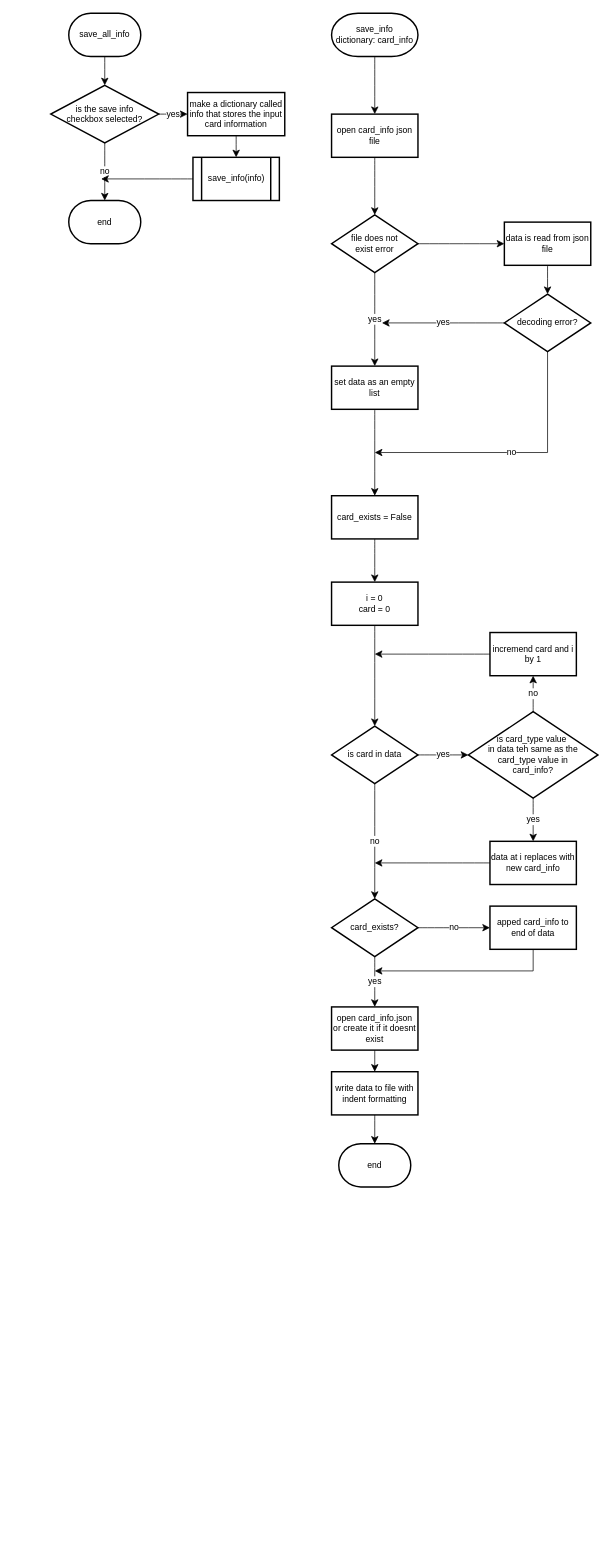
This is flowcharts/save_all_info.drawio from thisisnich/programmingProject1, a draw.io file, before an edit. Source tidied: cells renumbered, new cells numbered last; positions are measured from the earlier drawing's top-left corner, leaving out a move shared by most shapes. Both pictures are drawn from the tidied source at 72%, with x=0, y=0 at pixel (50, 13).
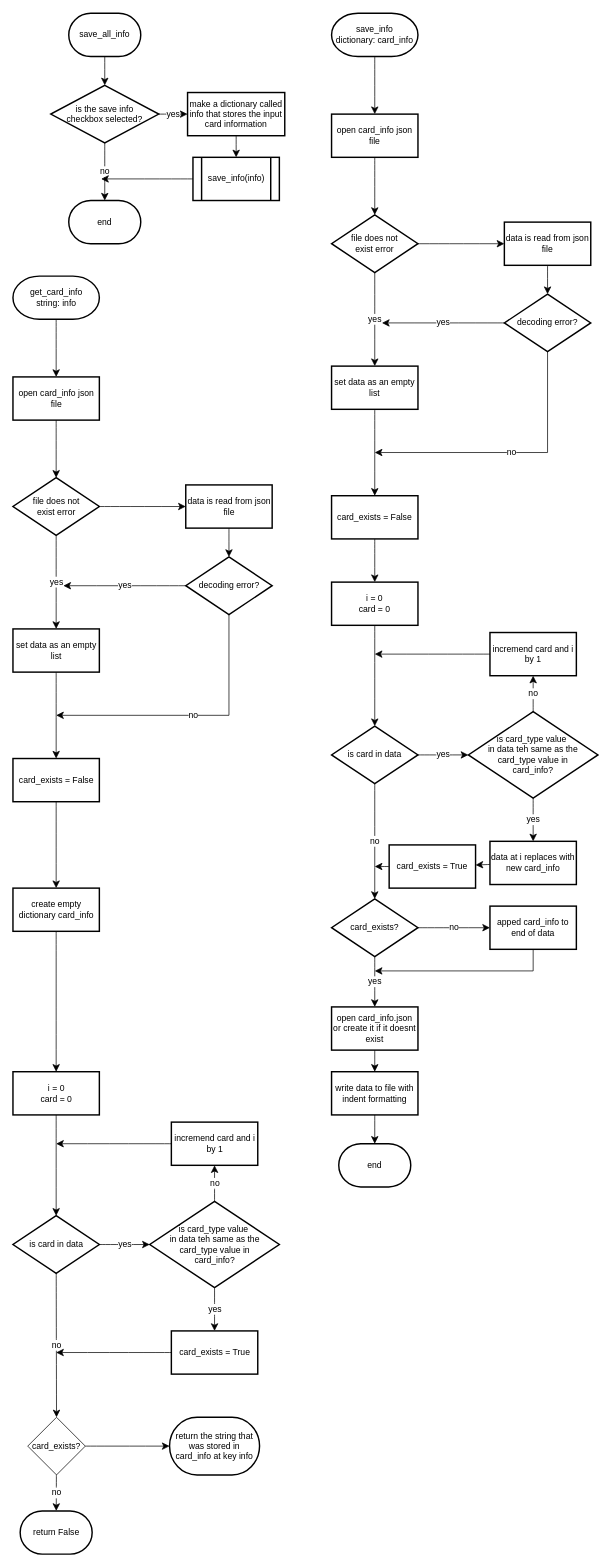
After the change.

Unchanged cells that the change refers to:
```xml
<mxCell id="37" value="data at i replaces with new card_info" style="whiteSpace=wrap;html=1;strokeWidth=2;" parent="1" vertex="1">
  <mxGeometry x="610" y="1150" width="120" height="60" as="geometry" />
</mxCell>
```

Diff of the diagram source:
```diff
@@
-    <mxCell id="36" style="edgeStyle=none;curved=1;rounded=0;jettySize=auto;html=1;fontSize=12;startSize=8;endSize=8;" parent="1" edge="1" source="37">
-      <mxGeometry relative="1" as="geometry">
-        <mxPoint x="450" y="1180" as="targetPoint" />
-      </mxGeometry>
-    </mxCell>
+    <mxCell id="50" style="edgeStyle=none;curved=1;rounded=0;jettySize=auto;html=1;fontSize=12;startSize=8;endSize=8;" parent="1" edge="1" source="37" target="83">
+      <mxGeometry relative="1" as="geometry" />
+    </mxCell>
@@
+    <mxCell id="51" style="edgeStyle=none;curved=1;rounded=0;jettySize=auto;html=1;fontSize=12;startSize=8;endSize=8;" parent="1" edge="1" source="52" target="54">
+      <mxGeometry relative="1" as="geometry" />
+    </mxCell>
+    <mxCell id="52" value="&lt;div&gt;get_card_info&lt;/div&gt;&lt;div&gt;string: info&lt;br&gt;&lt;/div&gt;" style="strokeWidth=2;html=1;shape=mxgraph.flowchart.terminator;whiteSpace=wrap;" parent="1" vertex="1">
+      <mxGeometry x="-52.5" y="365" width="120" height="60" as="geometry" />
+    </mxCell>
+    <mxCell id="53" style="edgeStyle=none;curved=1;rounded=0;jettySize=auto;html=1;fontSize=12;startSize=8;endSize=8;" parent="1" edge="1" source="54" target="57">
+      <mxGeometry relative="1" as="geometry" />
+    </mxCell>
+    <mxCell id="54" value="open card_info json file" style="whiteSpace=wrap;html=1;strokeWidth=2;" parent="1" vertex="1">
+      <mxGeometry x="-52.5" y="505" width="120" height="60" as="geometry" />
+    </mxCell>
+    <mxCell id="55" value="yes" style="edgeStyle=none;curved=1;rounded=0;jettySize=auto;html=1;fontSize=12;startSize=8;endSize=8;" parent="1" edge="1" source="57" target="59">
+      <mxGeometry relative="1" as="geometry" />
+    </mxCell>
+    <mxCell id="56" style="edgeStyle=none;curved=1;rounded=0;jettySize=auto;html=1;fontSize=12;startSize=8;endSize=8;" parent="1" edge="1" source="57" target="61">
+      <mxGeometry relative="1" as="geometry" />
+    </mxCell>
+    <mxCell id="57" value="&lt;div&gt;file does not&lt;/div&gt;&lt;div&gt;exist error&lt;/div&gt;" style="rhombus;whiteSpace=wrap;html=1;strokeWidth=2;" parent="1" vertex="1">
+      <mxGeometry x="-52.5" y="645" width="120" height="80" as="geometry" />
+    </mxCell>
+    <mxCell id="58" style="edgeStyle=none;curved=1;rounded=0;jettySize=auto;html=1;fontSize=12;startSize=8;endSize=8;" parent="1" edge="1" source="59" target="66">
+      <mxGeometry relative="1" as="geometry" />
+    </mxCell>
+    <mxCell id="59" value="set data as an empty list" style="whiteSpace=wrap;html=1;strokeWidth=2;" parent="1" vertex="1">
+      <mxGeometry x="-52.5" y="855" width="120" height="60" as="geometry" />
+    </mxCell>
+    <mxCell id="60" style="edgeStyle=none;curved=1;rounded=0;jettySize=auto;html=1;fontSize=12;startSize=8;endSize=8;" parent="1" edge="1" source="61" target="64">
+      <mxGeometry relative="1" as="geometry" />
+    </mxCell>
+    <mxCell id="61" value="data is read from json file" style="whiteSpace=wrap;html=1;strokeWidth=2;" parent="1" vertex="1">
+      <mxGeometry x="187.5" y="655" width="120" height="60" as="geometry" />
+    </mxCell>
+    <mxCell id="62" value="yes" style="edgeStyle=none;curved=1;rounded=0;jettySize=auto;html=1;fontSize=12;startSize=8;endSize=8;" parent="1" edge="1" source="64">
+      <mxGeometry relative="1" as="geometry">
+        <mxPoint x="17.5" y="795" as="targetPoint" />
+      </mxGeometry>
+    </mxCell>
+    <mxCell id="63" value="no" style="edgeStyle=orthogonalEdgeStyle;rounded=0;jettySize=auto;html=1;fontSize=12;startSize=8;endSize=8;" parent="1" edge="1" source="64">
+      <mxGeometry relative="1" as="geometry">
+        <mxPoint x="7.5" y="975" as="targetPoint" />
+        <Array as="points">
+          <mxPoint x="247.5" y="975" />
+        </Array>
+      </mxGeometry>
+    </mxCell>
+    <mxCell id="64" value="decoding error?" style="rhombus;whiteSpace=wrap;html=1;strokeWidth=2;" parent="1" vertex="1">
+      <mxGeometry x="187.5" y="755" width="120" height="80" as="geometry" />
+    </mxCell>
+    <mxCell id="65" style="edgeStyle=none;curved=1;rounded=0;jettySize=auto;html=1;fontSize=12;startSize=8;endSize=8;" parent="1" edge="1" source="66" target="81">
+      <mxGeometry relative="1" as="geometry" />
+    </mxCell>
+    <mxCell id="66" value="card_exists = False" style="whiteSpace=wrap;html=1;strokeWidth=2;" parent="1" vertex="1">
+      <mxGeometry x="-52.5" y="1035" width="120" height="60" as="geometry" />
+    </mxCell>
+    <mxCell id="67" style="edgeStyle=none;curved=1;rounded=0;jettySize=auto;html=1;fontSize=12;startSize=8;endSize=8;" parent="1" edge="1" source="68" target="71">
+      <mxGeometry relative="1" as="geometry" />
+    </mxCell>
+    <mxCell id="68" value="&lt;div&gt;i = 0&lt;/div&gt;&lt;div&gt;card = 0&lt;br&gt;&lt;/div&gt;" style="whiteSpace=wrap;html=1;strokeWidth=2;" parent="1" vertex="1">
+      <mxGeometry x="-52.5" y="1470" width="120" height="60" as="geometry" />
+    </mxCell>
+    <mxCell id="69" value="yes" style="edgeStyle=none;curved=1;rounded=0;jettySize=auto;html=1;fontSize=12;startSize=8;endSize=8;" parent="1" edge="1" source="71" target="74">
+      <mxGeometry relative="1" as="geometry" />
+    </mxCell>
+    <mxCell id="70" value="no" style="edgeStyle=none;curved=1;rounded=0;jettySize=auto;html=1;fontSize=12;startSize=8;endSize=8;entryX=0.5;entryY=0;entryDx=0;entryDy=0;" parent="1" edge="1" source="71" target="86">
+      <mxGeometry relative="1" as="geometry" />
+    </mxCell>
+    <mxCell id="71" value="is card in data" style="rhombus;whiteSpace=wrap;html=1;strokeWidth=2;" parent="1" vertex="1">
+      <mxGeometry x="-52.5" y="1670" width="120" height="80" as="geometry" />
+    </mxCell>
+    <mxCell id="72" value="yes" style="edgeStyle=none;curved=1;rounded=0;jettySize=auto;html=1;fontSize=12;startSize=8;endSize=8;" parent="1" edge="1" source="74" target="76">
+      <mxGeometry relative="1" as="geometry" />
+    </mxCell>
+    <mxCell id="73" value="no" style="edgeStyle=none;curved=1;rounded=0;jettySize=auto;html=1;fontSize=12;startSize=8;endSize=8;" parent="1" edge="1" source="74" target="78">
+      <mxGeometry relative="1" as="geometry" />
+    </mxCell>
+    <mxCell id="74" value="&lt;div&gt;is card_type value&amp;nbsp;&lt;/div&gt;&lt;div&gt;in data teh same as the&lt;/div&gt;&lt;div&gt;card_type value in&lt;/div&gt;&lt;div&gt;card_info?&lt;/div&gt;" style="rhombus;whiteSpace=wrap;html=1;strokeWidth=2;" parent="1" vertex="1">
+      <mxGeometry x="137.5" y="1650" width="180" height="120" as="geometry" />
+    </mxCell>
+    <mxCell id="75" style="edgeStyle=none;curved=1;rounded=0;jettySize=auto;html=1;fontSize=12;startSize=8;endSize=8;" parent="1" edge="1" source="76">
+      <mxGeometry relative="1" as="geometry">
+        <mxPoint x="7.5" y="1860" as="targetPoint" />
+      </mxGeometry>
+    </mxCell>
+    <mxCell id="76" value="card_exists = True" style="whiteSpace=wrap;html=1;strokeWidth=2;" parent="1" vertex="1">
+      <mxGeometry x="167.5" y="1830" width="120" height="60" as="geometry" />
+    </mxCell>
+    <mxCell id="77" style="edgeStyle=none;curved=1;rounded=0;jettySize=auto;html=1;fontSize=12;startSize=8;endSize=8;" parent="1" edge="1" source="78">
+      <mxGeometry relative="1" as="geometry">
+        <mxPoint x="7.5" y="1570" as="targetPoint" />
+      </mxGeometry>
+    </mxCell>
+    <mxCell id="78" value="incremend card and i by 1" style="whiteSpace=wrap;html=1;strokeWidth=2;" parent="1" vertex="1">
+      <mxGeometry x="167.5" y="1540" width="120" height="60" as="geometry" />
+    </mxCell>
+    <mxCell id="79" value="return False" style="strokeWidth=2;html=1;shape=mxgraph.flowchart.terminator;whiteSpace=wrap;" parent="1" vertex="1">
+      <mxGeometry x="-42.5" y="2080" width="100" height="60" as="geometry" />
+    </mxCell>
+    <mxCell id="80" style="edgeStyle=none;curved=1;rounded=0;jettySize=auto;html=1;fontSize=12;startSize=8;endSize=8;" parent="1" edge="1" source="81" target="68">
+      <mxGeometry relative="1" as="geometry" />
+    </mxCell>
+    <mxCell id="81" value="create empty dictionary card_info" style="whiteSpace=wrap;html=1;strokeWidth=2;" parent="1" vertex="1">
+      <mxGeometry x="-52.5" y="1215" width="120" height="60" as="geometry" />
+    </mxCell>
+    <mxCell id="82" style="edgeStyle=none;curved=1;rounded=0;jettySize=auto;html=1;fontSize=12;startSize=8;endSize=8;" parent="1" edge="1" source="83">
+      <mxGeometry relative="1" as="geometry">
+        <mxPoint x="450" y="1185" as="targetPoint" />
+      </mxGeometry>
+    </mxCell>
+    <mxCell id="83" value="card_exists = True" style="whiteSpace=wrap;html=1;strokeWidth=2;" parent="1" vertex="1">
+      <mxGeometry x="470" y="1155" width="120" height="60" as="geometry" />
+    </mxCell>
+    <mxCell id="84" value="no" style="edgeStyle=none;curved=1;rounded=0;jettySize=auto;html=1;fontSize=12;startSize=8;endSize=8;" parent="1" edge="1" source="86" target="79">
+      <mxGeometry relative="1" as="geometry" />
+    </mxCell>
+    <mxCell id="85" style="edgeStyle=none;curved=1;rounded=0;jettySize=auto;html=1;fontSize=12;startSize=8;endSize=8;" parent="1" edge="1" source="86" target="87">
+      <mxGeometry relative="1" as="geometry" />
+    </mxCell>
+    <mxCell id="86" value="card_exists?" style="rhombus;whiteSpace=wrap;html=1;" parent="1" vertex="1">
+      <mxGeometry x="-32" y="1950" width="80" height="80" as="geometry" />
+    </mxCell>
+    <mxCell id="87" value="return the string that was stored in card_info at key info" style="strokeWidth=2;html=1;shape=mxgraph.flowchart.terminator;whiteSpace=wrap;" parent="1" vertex="1">
+      <mxGeometry x="165" y="1950" width="125" height="80" as="geometry" />
+    </mxCell>
```
